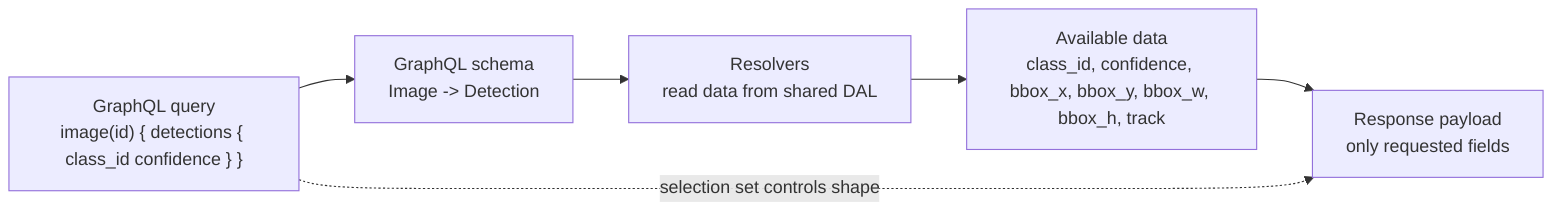
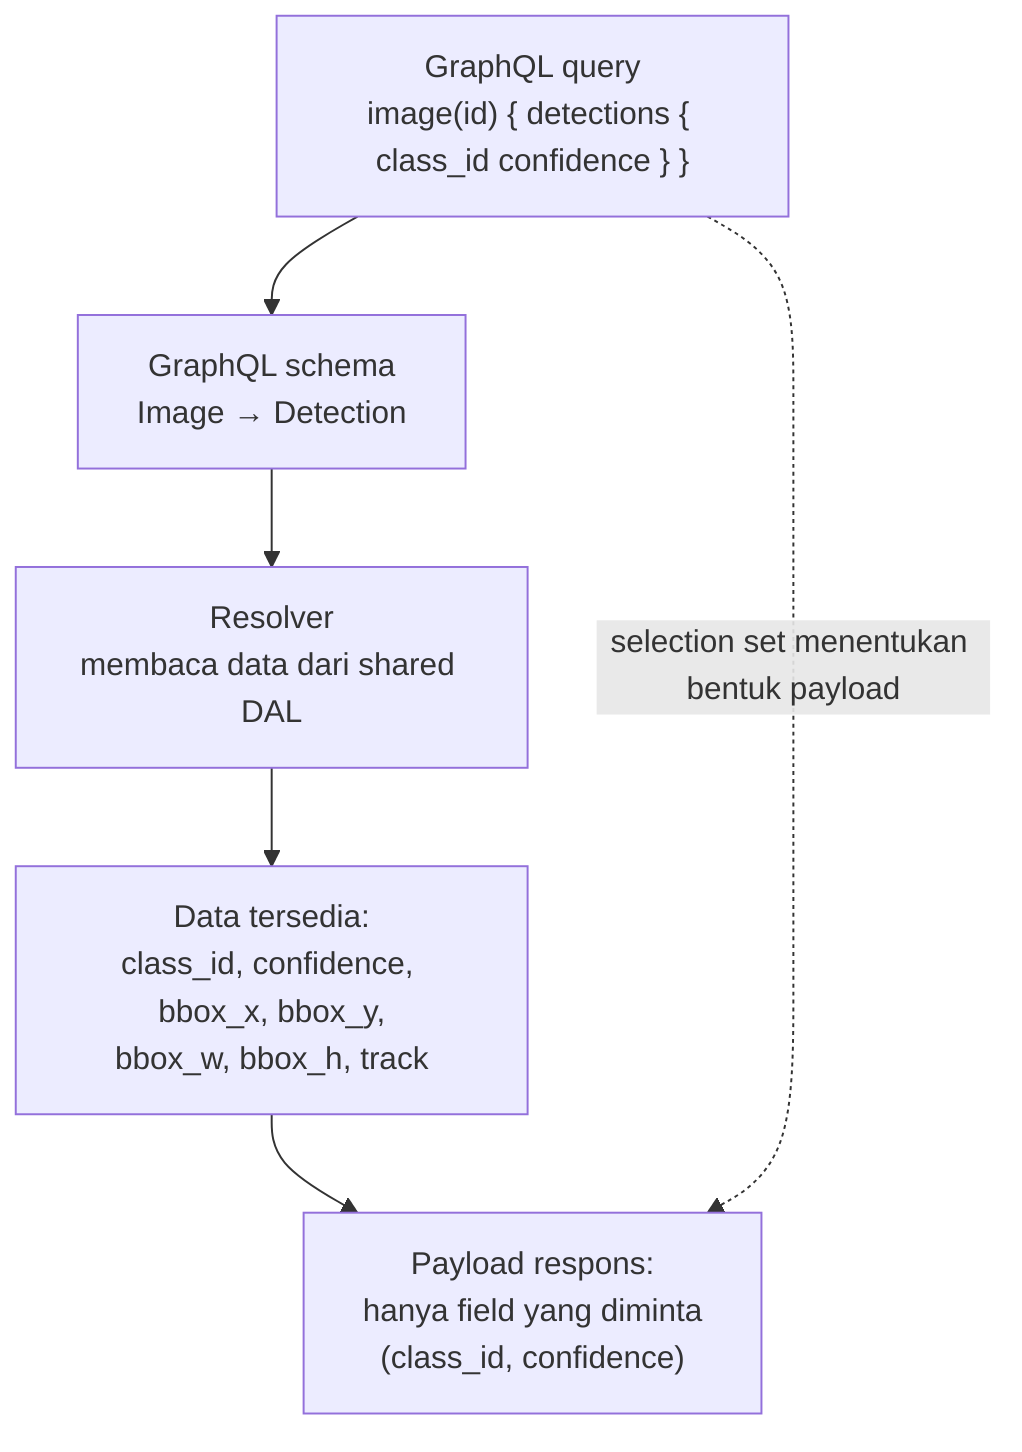
- %% Gambar II.2 - Konsep GraphQL selection set terhadap payload
- %% Type: Conceptual diagram.
- %% Reference basis: GraphQL Specification.
- flowchart LR
-     query["GraphQL query\nimage(id) { detections { class_id confidence } }"]
-     schema["GraphQL schema\nImage -> Detection"]
-     resolver["Resolvers\nread data from shared DAL"]
-     fullData["Available data\nclass_id, confidence, bbox_x, bbox_y, bbox_w, bbox_h, track"]
-     projected["Response payload\nonly requested fields"]
+ %% Gambar (Bab I) — Konsep GraphQL selection set terhadap payload (layout v4: TB agar terbaca portrait)
+ %% Type: Conceptual diagram. Reference basis: GraphQL Specification.
+ flowchart TB
+     query["GraphQL query<br/>image(id) { detections { class_id confidence } }"]
+     schema["GraphQL schema<br/>Image → Detection"]
+     resolver["Resolver<br/>membaca data dari shared DAL"]
+     fullData["Data tersedia:<br/>class_id, confidence, bbox_x, bbox_y,<br/>bbox_w, bbox_h, track"]
+     projected["Payload respons:<br/>hanya field yang diminta<br/>(class_id, confidence)"]

    query --> schema --> resolver --> fullData --> projected
-     query -. "selection set controls shape" .-> projected
- 
+     query -. "selection set menentukan bentuk payload" .-> projected
